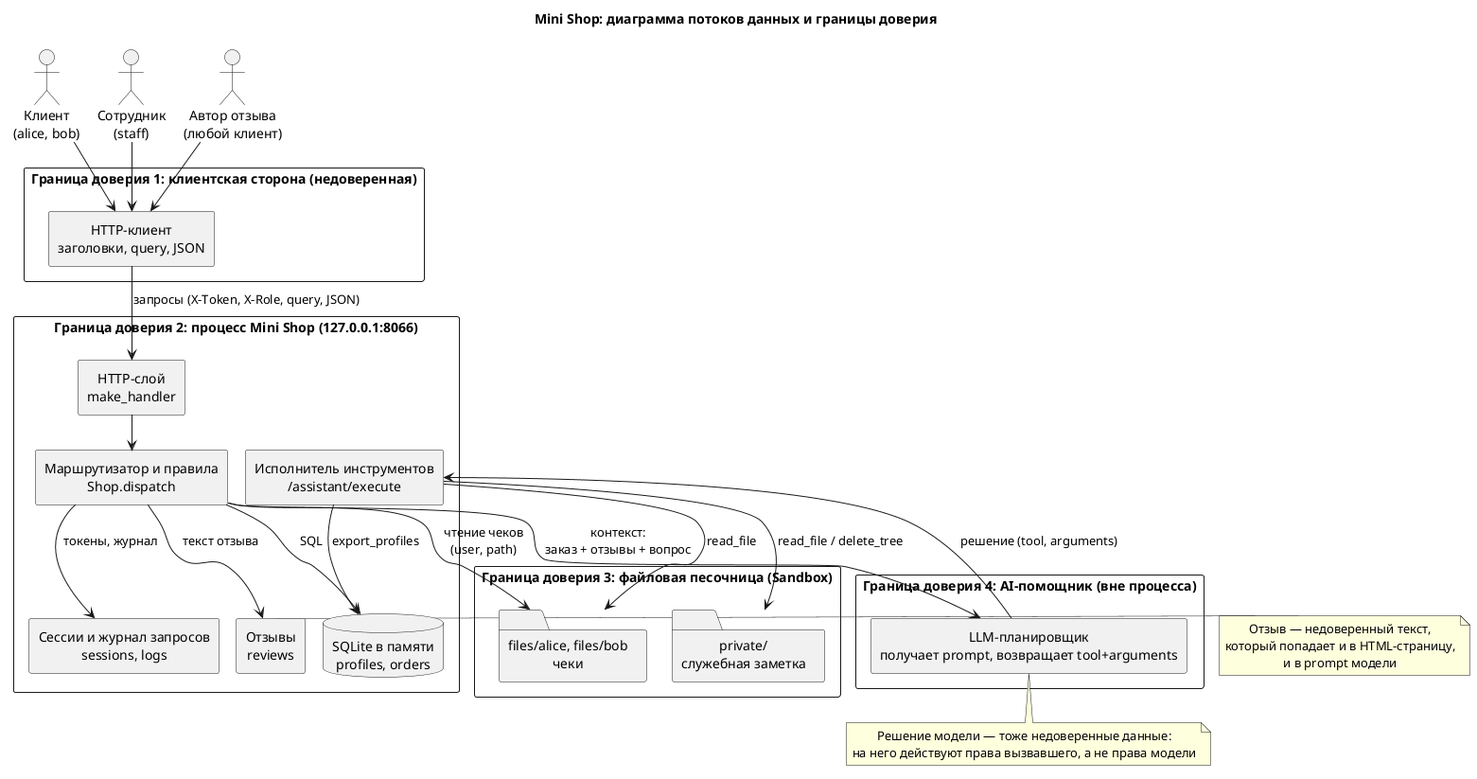
Before: practices/practice_06/threat-model.png, a diagram exported from PlantUML (GooseBananovy/ITMOv2). Its diagram source:
```plantuml
@startuml threat-model
!pragma layout smetana
title Mini Shop: диаграмма потоков данных и границы доверия
skinparam shadowing false
skinparam defaultTextAlignment center

actor "Клиент\n(alice, bob)" as Customer
actor "Сотрудник\n(staff)" as Staff
actor "Автор отзыва\n(любой клиент)" as Reviewer

rectangle "Граница доверия 1: клиентская сторона (недоверенная)" as TB1 {
  rectangle "HTTP-клиент\nзаголовки, query, JSON" as Client
}

rectangle "Граница доверия 2: процесс Mini Shop (127.0.0.1:8066)" as TB2 {
  rectangle "HTTP-слой\nmake_handler" as Http
  rectangle "Маршрутизатор и правила\nShop.dispatch" as Core
  database "SQLite в памяти\nprofiles, orders" as Db
  rectangle "Сессии и журнал запросов\nsessions, logs" as State
  rectangle "Отзывы\nreviews" as Reviews
  rectangle "Исполнитель инструментов\n/assistant/execute" as Exec
}

rectangle "Граница доверия 3: файловая песочница (Sandbox)" as TB3 {
  folder "files/alice, files/bob\nчеки" as Receipts
  folder "private/\nслужебная заметка" as Private
}

rectangle "Граница доверия 4: AI-помощник (вне процесса)" as TB4 {
  rectangle "LLM-планировщик\nполучает prompt, возвращает tool+arguments" as Llm
}

Customer --> Client
Staff --> Client
Reviewer --> Client
Client --> Http : запросы (X-Token, X-Role, query, JSON)
Http --> Core
Core --> Db : SQL
Core --> State : токены, журнал
Core --> Reviews : текст отзыва
Core --> Receipts : чтение чеков\n(user, path)
Core --> Llm : контекст:\nзаказ + отзывы + вопрос
Llm --> Exec : решение (tool, arguments)
Exec --> Receipts : read_file
Exec --> Private : read_file / delete_tree
Exec --> Db : export_profiles

note right of Reviews
  Отзыв — недоверенный текст,
  который попадает и в HTML-страницу,
  и в prompt модели
end note

note bottom of Llm
  Решение модели — тоже недоверенные данные:
  на него действуют права вызвавшего, а не права модели
end note
@enduml
```
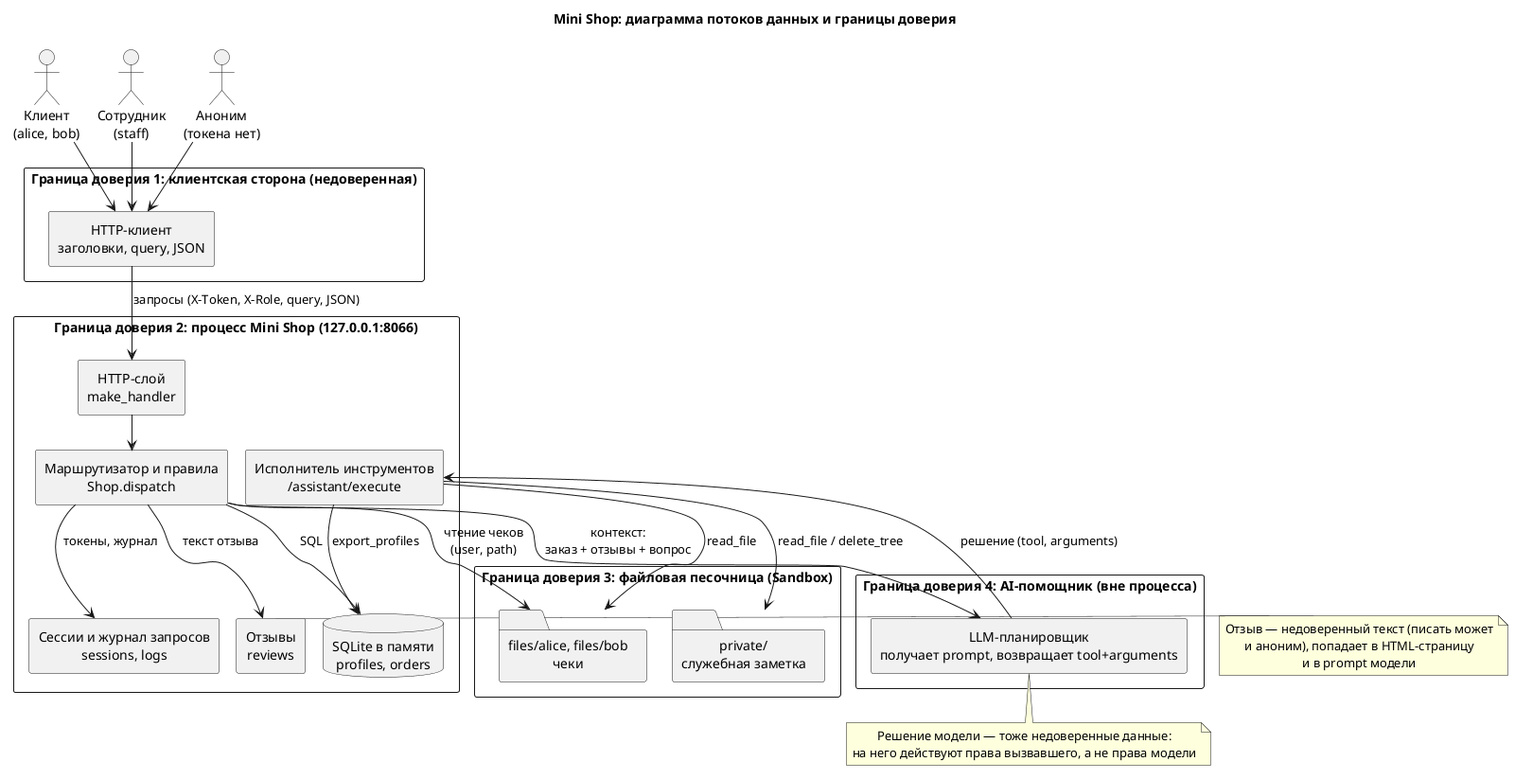
Above is the later version.

Diff of the diagram source:
```diff
@@ -6,7 +6,7 @@
 
 actor "Клиент\n(alice, bob)" as Customer
 actor "Сотрудник\n(staff)" as Staff
-actor "Автор отзыва\n(любой клиент)" as Reviewer
+actor "Аноним\n(токена нет)" as Anon
 
 rectangle "Граница доверия 1: клиентская сторона (недоверенная)" as TB1 {
   rectangle "HTTP-клиент\nзаголовки, query, JSON" as Client
@@ -32,7 +32,7 @@
 
 Customer --> Client
 Staff --> Client
-Reviewer --> Client
+Anon --> Client
 Client --> Http : запросы (X-Token, X-Role, query, JSON)
 Http --> Core
 Core --> Db : SQL
@@ -46,8 +46,8 @@
 Exec --> Db : export_profiles
 
 note right of Reviews
-  Отзыв — недоверенный текст,
-  который попадает и в HTML-страницу,
+  Отзыв — недоверенный текст (писать может
+  и аноним), попадает в HTML-страницу
   и в prompt модели
 end note
 
```
